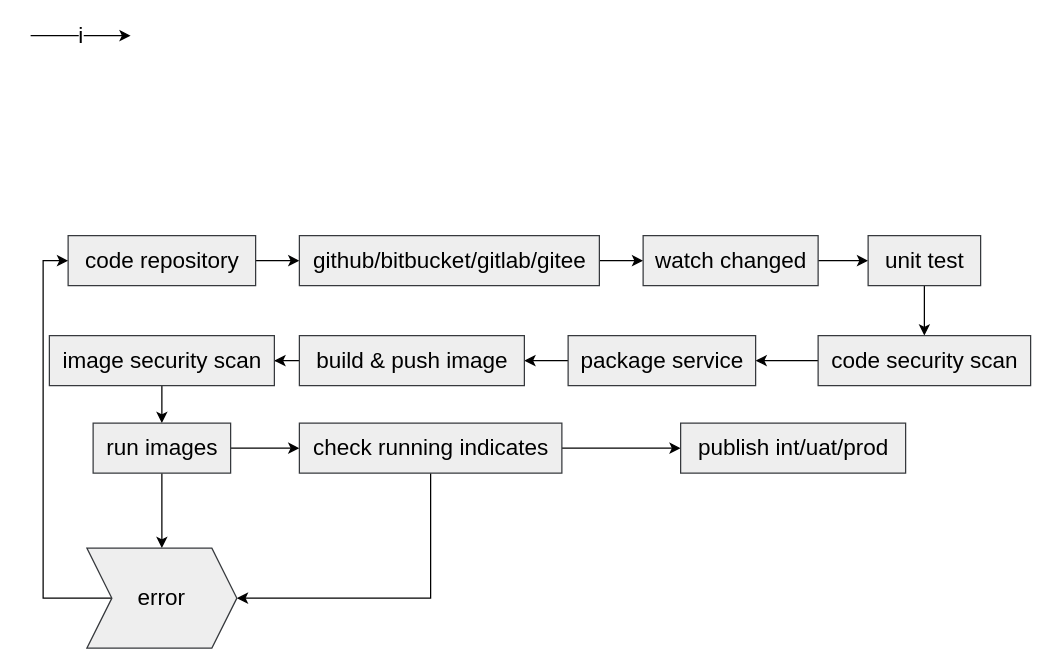
The draw.io diagram page "cicd" (2 of 3) of Untitled Diagram.drawio in ssider/draw, before the edit. Source tidied: cells renumbered, new cells numbered last; positions are measured from the earlier drawing's top-left corner, leaving out a move shared by most shapes. Both pictures are drawn from the tidied source at 125%, with x=0, y=0 at pixel (30, 35).
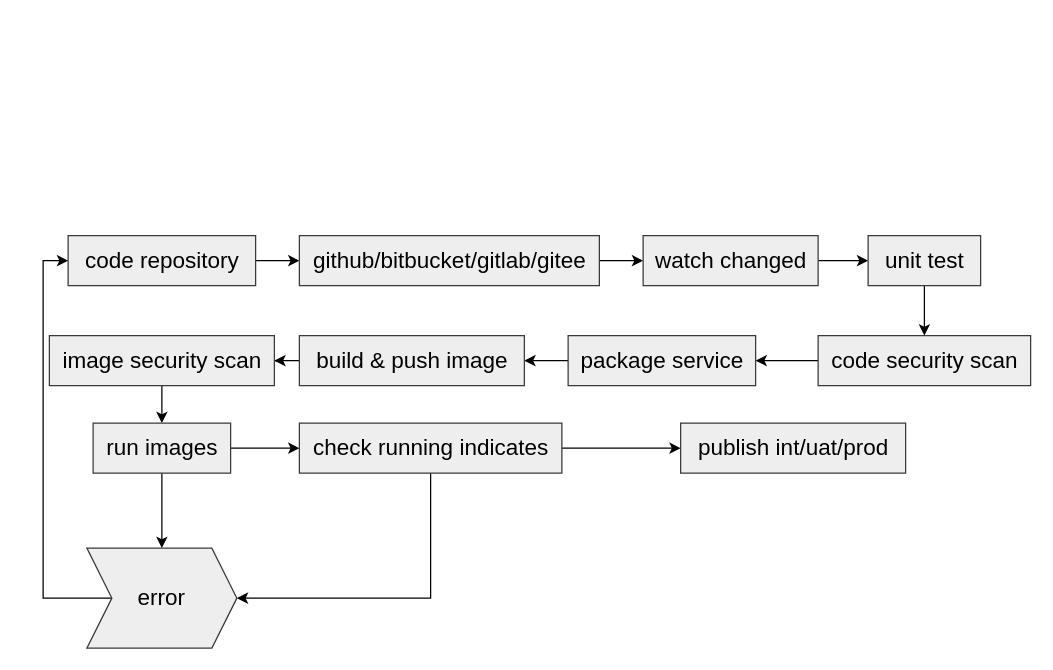
The same page after the edit.

The edit, as a diff of the source:
```diff
@@
-    <mxCell id="4" value="i" style="edgeStyle=none;orthogonalLoop=1;jettySize=auto;html=1;rounded=0;fontSize=18;startArrow=none;startFill=0;endArrow=classic;endFill=1;strokeWidth=1;fillColor=none;" parent="1" edge="1">
-      <mxGeometry relative="1" as="geometry">
-        <mxPoint as="sourcePoint" />
-        <mxPoint x="80" as="targetPoint" />
-      </mxGeometry>
-    </mxCell>
```
